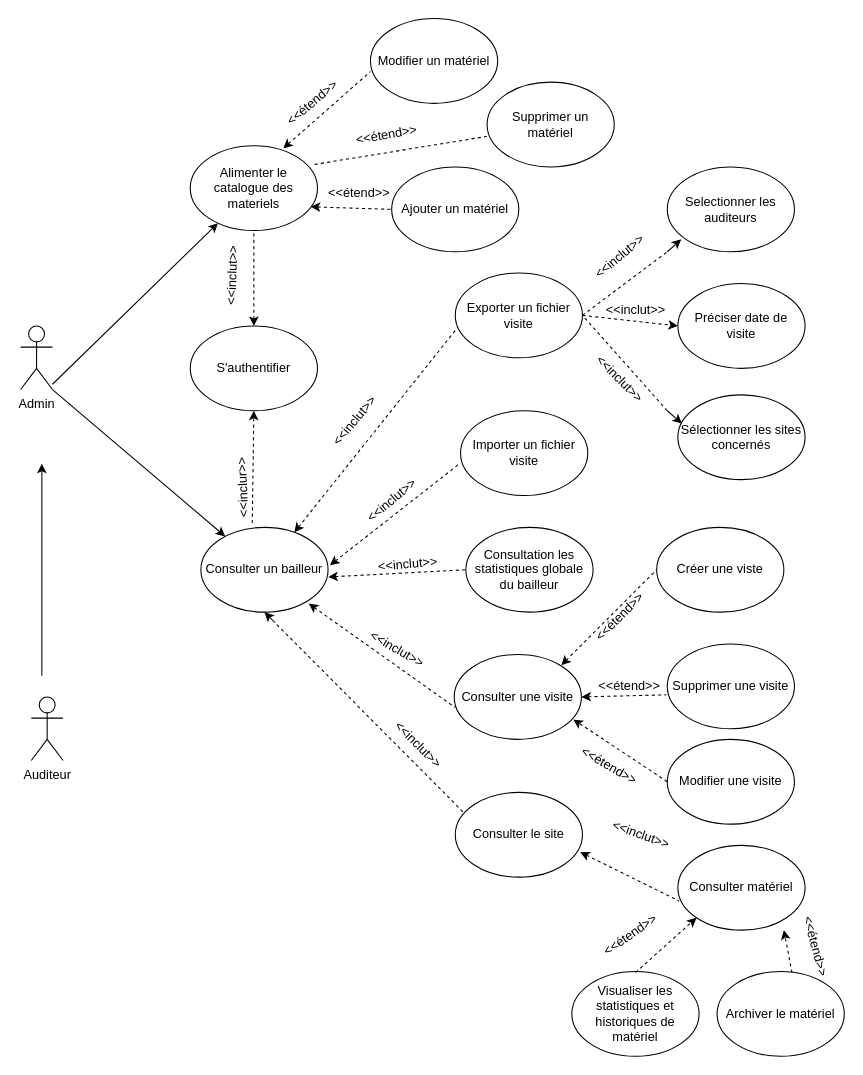
mbaananou/diagramsPipelette keeps this draw.io diagram as Diagramme cas d'utilisation liste des matériels.drawio. Above is the earlier version. Source tidied: cells renumbered, new cells numbered last; positions are measured from the earlier drawing's top-left corner, leaving out a move shared by most shapes. Both pictures are drawn from the tidied source at 106%, with x=0, y=0 at pixel (20, 18).
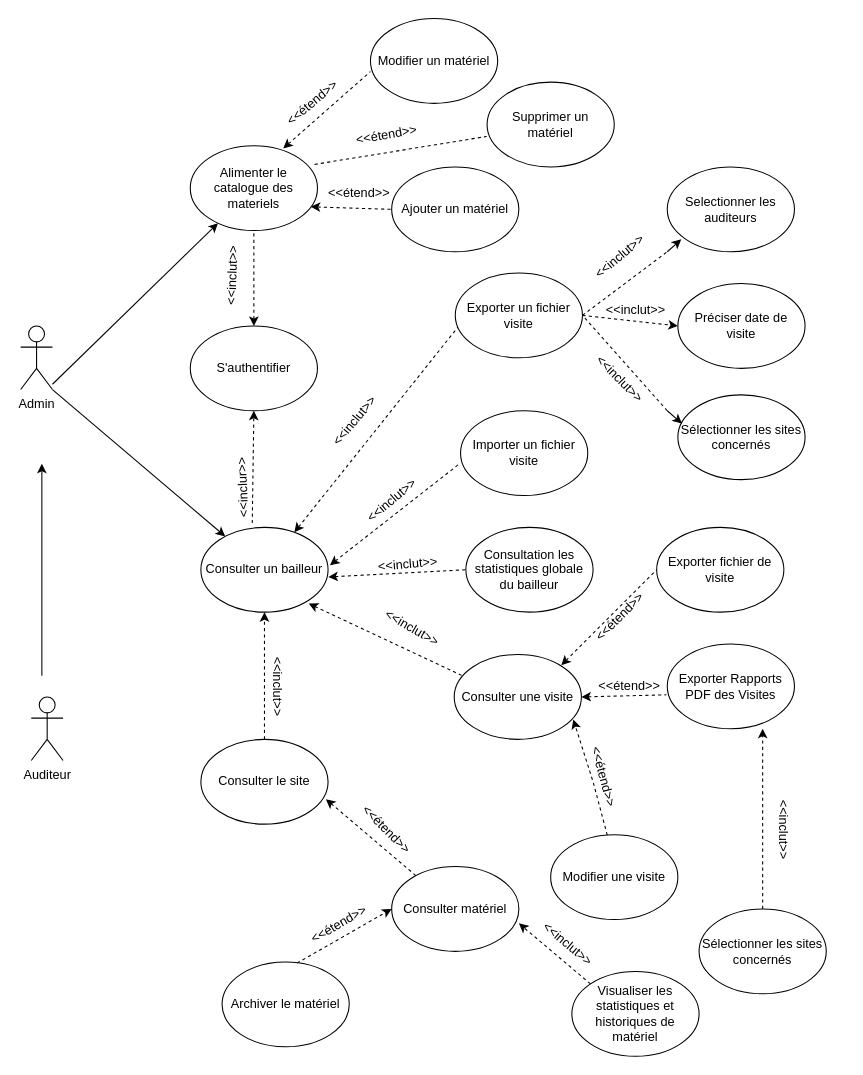
Above is the later version.

Commit message:
Mettre à jour Diagramme cas d'utilisation liste des matériels.drawio

Unchanged cells that the change refers to:
```xml
<mxCell id="4" value="Consulter un bailleur" style="ellipse;whiteSpace=wrap;html=1;" parent="1" vertex="1">
  <mxGeometry x="170" y="480" width="120" height="80" as="geometry" />
</mxCell>
<mxCell id="7" value="Consulter une visite" style="ellipse;whiteSpace=wrap;html=1;" parent="1" vertex="1">
  <mxGeometry x="409" y="600" width="120" height="80" as="geometry" />
</mxCell>
<mxCell id="29" value="Visualiser les statistiques et historiques de matériel" style="ellipse;whiteSpace=wrap;html=1;" parent="1" vertex="1">
  <mxGeometry x="520" y="899" width="120" height="80" as="geometry" />
</mxCell>
```

The edit, as a diff of the source:
```diff
@@
     <mxCell id="8" value="Consulter matériel" style="ellipse;whiteSpace=wrap;html=1;" parent="1" vertex="1">
-      <mxGeometry x="620" y="780" width="120" height="80" as="geometry" />
+      <mxGeometry x="350" y="800" width="120" height="80" as="geometry" />
     </mxCell>
@@
-    <mxCell id="14" style="endArrow=none;dashed=1;html=1;rounded=0;startArrow=classic;startFill=1;exitX=0.848;exitY=0.899;exitDx=0;exitDy=0;exitPerimeter=0;" parent="1" edge="1" source="4">
-      <mxGeometry relative="1" as="geometry">
-        <mxPoint x="410" y="650" as="targetPoint" />
-      </mxGeometry>
+    <mxCell id="14" style="endArrow=none;dashed=1;html=1;rounded=0;startArrow=classic;startFill=1;exitX=0.848;exitY=0.899;exitDx=0;exitDy=0;exitPerimeter=0;entryX=0.065;entryY=0.25;entryDx=0;entryDy=0;entryPerimeter=0;" parent="1" edge="1" source="4" target="7">
+      <mxGeometry relative="1" as="geometry" />
     </mxCell>
-    <mxCell id="15" value="Créer une viste" style="ellipse;whiteSpace=wrap;html=1;" parent="1" vertex="1">
+    <mxCell id="15" value="Exporter fichier de visite" style="ellipse;whiteSpace=wrap;html=1;" parent="1" vertex="1">
       <mxGeometry x="600" y="480" width="120" height="80" as="geometry" />
     </mxCell>
@@
-    <mxCell id="20" value="Supprimer une visite" style="ellipse;whiteSpace=wrap;html=1;" parent="1" vertex="1">
+    <mxCell id="20" value="Exporter Rapports PDF des Visites" style="ellipse;whiteSpace=wrap;html=1;" parent="1" vertex="1">
       <mxGeometry x="610" y="590" width="120" height="80" as="geometry" />
     </mxCell>
     <mxCell id="21" value="Modifier une visite" style="ellipse;whiteSpace=wrap;html=1;" parent="1" vertex="1">
-      <mxGeometry x="610" y="680" width="120" height="80" as="geometry" />
+      <mxGeometry x="500" y="770" width="120" height="80" as="geometry" />
     </mxCell>
@@
-    <mxCell id="27" style="endArrow=classic;dashed=1;html=1;rounded=0;exitX=0;exitY=0.5;exitDx=0;exitDy=0;startArrow=none;startFill=0;endFill=1;entryX=0.936;entryY=0.766;entryDx=0;entryDy=0;entryPerimeter=0;" parent="1" edge="1" source="21" target="7">
+    <mxCell id="27" style="endArrow=classic;dashed=1;html=1;rounded=0;exitX=0.445;exitY=0.004;exitDx=0;exitDy=0;startArrow=none;startFill=0;endFill=1;entryX=0.936;entryY=0.766;entryDx=0;entryDy=0;entryPerimeter=0;exitPerimeter=0;" parent="1" edge="1" source="21" target="7">
       <mxGeometry relative="1" as="geometry">
         <Array as="points">
-          <mxPoint x="580" y="700" />
+          <mxPoint x="540" y="720" />
         </Array>
       </mxGeometry>
     </mxCell>
     <mxCell id="28" value="Archiver le matériel" style="ellipse;whiteSpace=wrap;html=1;" parent="1" vertex="1">
-      <mxGeometry x="657" y="899" width="120" height="80" as="geometry" />
+      <mxGeometry x="190" y="890" width="120" height="80" as="geometry" />
     </mxCell>
@@
-    <mxCell id="37" value="&amp;lt;&amp;lt;étend&amp;gt;&amp;gt;" style="text;html=1;align=center;verticalAlign=middle;strokeColor=none;fillColor=none;rotation=30;" parent="1" vertex="1">
-      <mxGeometry x="515" y="690" width="80" height="30" as="geometry" />
+    <mxCell id="37" value="&amp;lt;&amp;lt;étend&amp;gt;&amp;gt;" style="text;html=1;align=center;verticalAlign=middle;strokeColor=none;fillColor=none;rotation=75;" parent="1" vertex="1">
+      <mxGeometry x="510" y="700" width="80" height="30" as="geometry" />
     </mxCell>
-    <mxCell id="38" style="endArrow=classic;dashed=1;html=1;rounded=0;endFill=1;entryX=0;entryY=1;entryDx=0;entryDy=0;" parent="1" edge="1" target="8">
-      <mxGeometry relative="1" as="geometry">
-        <mxPoint x="580" y="900" as="sourcePoint" />
-      </mxGeometry>
+    <mxCell id="38" style="endArrow=classic;dashed=1;html=1;rounded=0;endFill=1;entryX=1;entryY=0.67;entryDx=0;entryDy=0;entryPerimeter=0;exitX=0;exitY=0;exitDx=0;exitDy=0;" parent="1" edge="1" source="29" target="8">
+      <mxGeometry relative="1" as="geometry" />
     </mxCell>
@@
     <mxCell id="42" value="&amp;lt;&amp;lt;inclut&amp;gt;&amp;gt;" style="text;html=1;align=center;verticalAlign=middle;strokeColor=none;fillColor=none;rotation=30;" parent="1" vertex="1">
-      <mxGeometry x="315" y="580" width="80" height="30" as="geometry" />
+      <mxGeometry x="329" y="560" width="80" height="30" as="geometry" />
     </mxCell>
@@
     <mxCell id="48" value="Consulter le site" style="ellipse;whiteSpace=wrap;html=1;" parent="1" vertex="1">
-      <mxGeometry x="410" y="730" width="120" height="80" as="geometry" />
+      <mxGeometry x="170" y="680" width="120" height="80" as="geometry" />
     </mxCell>
-    <mxCell id="49" style="endArrow=none;dashed=1;html=1;rounded=0;exitX=0.06;exitY=0.229;exitDx=0;exitDy=0;exitPerimeter=0;" parent="1" edge="1" source="48">
-      <mxGeometry relative="1" as="geometry">
-        <mxPoint x="240" y="570" as="targetPoint" />
-      </mxGeometry>
+    <mxCell id="49" style="endArrow=classic;dashed=1;html=1;rounded=0;startArrow=none;startFill=0;endFill=1;exitX=0.5;exitY=0;exitDx=0;exitDy=0;" parent="1" edge="1" source="48" target="4">
+      <mxGeometry relative="1" as="geometry" />
     </mxCell>
-    <mxCell id="50" style="endArrow=none;dashed=1;html=1;rounded=0;entryX=0.009;entryY=0.656;entryDx=0;entryDy=0;entryPerimeter=0;startArrow=classic;startFill=1;exitX=0.983;exitY=0.705;exitDx=0;exitDy=0;exitPerimeter=0;" parent="1" edge="1" source="48" target="8">
+    <mxCell id="50" style="endArrow=none;dashed=1;html=1;rounded=0;startArrow=classic;startFill=1;exitX=0.983;exitY=0.705;exitDx=0;exitDy=0;exitPerimeter=0;" parent="1" edge="1" source="48" target="8">
       <mxGeometry relative="1" as="geometry" />
     </mxCell>
-    <mxCell id="51" style="endArrow=classic;dashed=1;html=1;rounded=0;exitX=0.589;exitY=0.014;exitDx=0;exitDy=0;exitPerimeter=0;startArrow=none;startFill=0;endFill=1;" parent="1" edge="1" source="28">
-      <mxGeometry relative="1" as="geometry">
-        <mxPoint x="720" y="860" as="targetPoint" />
-      </mxGeometry>
+    <mxCell id="51" style="endArrow=classic;dashed=1;html=1;rounded=0;exitX=0.589;exitY=0.014;exitDx=0;exitDy=0;exitPerimeter=0;startArrow=none;startFill=0;endFill=1;entryX=0;entryY=0.5;entryDx=0;entryDy=0;" parent="1" edge="1" source="28" target="8">
+      <mxGeometry relative="1" as="geometry" />
     </mxCell>
@@
-    <mxCell id="54" value="&amp;lt;&amp;lt;inclut&amp;gt;&amp;gt;" style="text;html=1;align=center;verticalAlign=middle;strokeColor=none;fillColor=none;rotation=45;" parent="1" vertex="1">
-      <mxGeometry x="335" y="670" width="80" height="30" as="geometry" />
+    <mxCell id="54" value="&amp;lt;&amp;lt;inclut&amp;gt;&amp;gt;" style="text;html=1;align=center;verticalAlign=middle;strokeColor=none;fillColor=none;rotation=90;" parent="1" vertex="1">
+      <mxGeometry x="203" y="615" width="80" height="30" as="geometry" />
     </mxCell>
-    <mxCell id="55" value="&amp;lt;&amp;lt;inclut&amp;gt;&amp;gt;" style="text;html=1;align=center;verticalAlign=middle;strokeColor=none;fillColor=none;rotation=20;" parent="1" vertex="1">
-      <mxGeometry x="545" y="755" width="80" height="30" as="geometry" />
+    <mxCell id="55" value="&amp;lt;&amp;lt;inclut&amp;gt;&amp;gt;" style="text;html=1;align=center;verticalAlign=middle;strokeColor=none;fillColor=none;rotation=40;" parent="1" vertex="1">
+      <mxGeometry x="476" y="858" width="80" height="30" as="geometry" />
     </mxCell>
@@
-    <mxCell id="57" value="&amp;lt;&amp;lt;étend&amp;gt;&amp;gt;" style="text;html=1;align=center;verticalAlign=middle;strokeColor=none;fillColor=none;rotation=-35;" parent="1" vertex="1">
-      <mxGeometry x="535" y="850" width="80" height="30" as="geometry" />
+    <mxCell id="57" value="&amp;lt;&amp;lt;étend&amp;gt;&amp;gt;" style="text;html=1;align=center;verticalAlign=middle;strokeColor=none;fillColor=none;rotation=45;" parent="1" vertex="1">
+      <mxGeometry x="305" y="750" width="80" height="30" as="geometry" />
     </mxCell>
-    <mxCell id="58" value="&amp;lt;&amp;lt;étend&amp;gt;&amp;gt;" style="text;html=1;align=center;verticalAlign=middle;strokeColor=none;fillColor=none;rotation=75;" parent="1" vertex="1">
-      <mxGeometry x="710" y="860" width="80" height="30" as="geometry" />
+    <mxCell id="58" value="&amp;lt;&amp;lt;étend&amp;gt;&amp;gt;" style="text;html=1;align=center;verticalAlign=middle;strokeColor=none;fillColor=none;rotation=-30;" parent="1" vertex="1">
+      <mxGeometry x="260" y="840" width="80" height="30" as="geometry" />
     </mxCell>
@@
-    <mxCell id="60" style="endArrow=classic;html=1;rounded=0;" parent="1" edge="1">
-      <mxGeometry relative="1" as="geometry">
-        <mxPoint x="240" y="570" as="sourcePoint" />
-        <mxPoint x="230" y="560" as="targetPoint" />
-      </mxGeometry>
-    </mxCell>
@@
+    <mxCell id="68" style="edgeStyle=orthogonalEdgeStyle;rounded=0;jettySize=auto;html=1;entryX=0.75;entryY=1;entryDx=0;entryDy=0;dashed=1;entryPerimeter=0;" parent="1" edge="1" source="69" target="20">
+      <mxGeometry relative="1" as="geometry" />
+    </mxCell>
+    <mxCell id="69" value="Sélectionner les sites concernés" style="ellipse;whiteSpace=wrap;html=1;" parent="1" vertex="1">
+      <mxGeometry x="640" y="840" width="120" height="80" as="geometry" />
+    </mxCell>
+    <mxCell id="70" value="&amp;lt;&amp;lt;inclut&amp;gt;&amp;gt;" style="text;html=1;align=center;verticalAlign=middle;strokeColor=none;fillColor=none;rotation=90;" parent="1" vertex="1">
+      <mxGeometry x="680" y="750" width="80" height="30" as="geometry" />
+    </mxCell>
```
